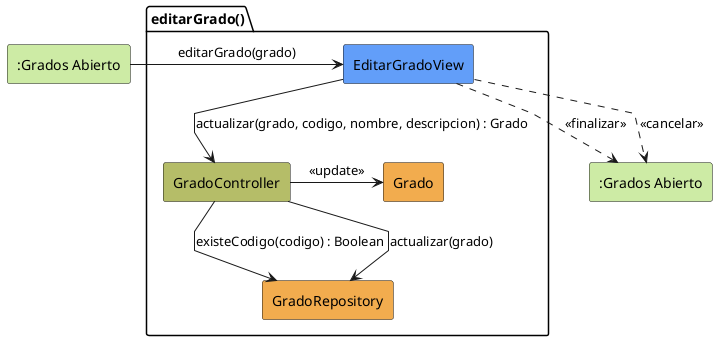
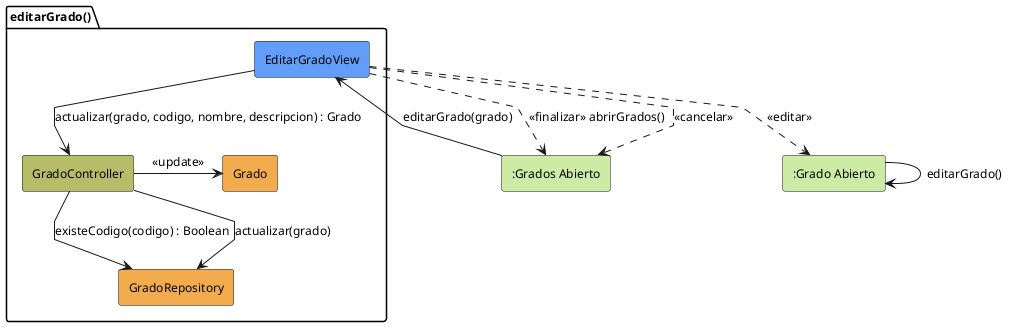
@startuml editarGrado-analisis
+ skinparam backgroundColor white
+ skinparam shadowing false
+ skinparam DefaultFontColor black
+ skinparam DefaultFontSize 12
skinparam linetype polyline

rectangle #CDEBA5 ":Grados Abierto" as GradosAbierto
+ rectangle #CDEBA5 ":Grado Abierto" as GradoAbierto

package editarGrado as "editarGrado()" {
    rectangle #629EF9 EditarGradoView
    rectangle #b5bd68 GradoController
    rectangle #F2AC4E GradoRepository
    rectangle #F2AC4E Grado
}
- 
- rectangle #CDEBA5 ":Grados Abierto" as GradosAbiertoSalida

GradosAbierto -r-> EditarGradoView: editarGrado(grado)

EditarGradoView -d-> GradoController: actualizar(grado, codigo, nombre, descripcion) : Grado

GradoController -d-> GradoRepository: existeCodigo(codigo) : Boolean
GradoController -r-> Grado: <<update>>
GradoController -d-> GradoRepository: actualizar(grado)

- EditarGradoView ..> GradosAbiertoSalida: <<finalizar>>
- EditarGradoView ..> GradosAbiertoSalida: <<cancelar>>
+ EditarGradoView ..> GradoAbierto: <<editar>>
+ GradoAbierto --> GradoAbierto: editarGrado()
+ 
+ EditarGradoView ..> GradosAbierto: <<finalizar>> abrirGrados()
+ EditarGradoView ..> GradosAbierto: <<cancelar>>

@enduml
